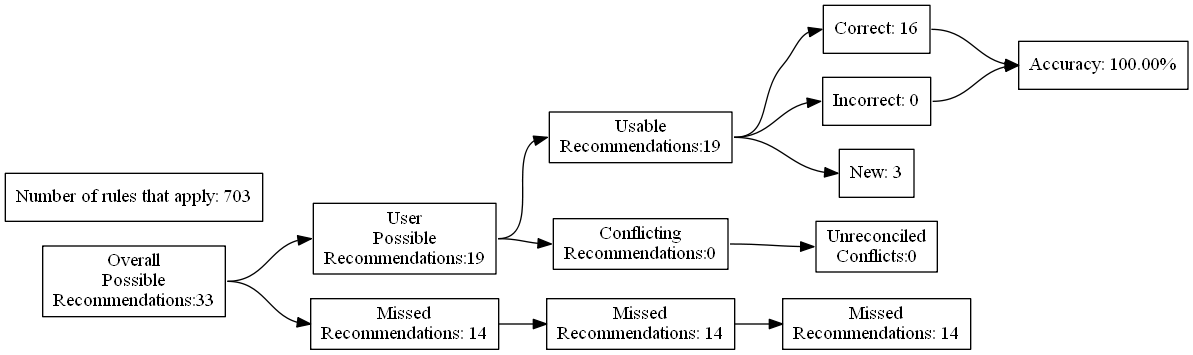
This is test_renders/10.gv.png from ZaxR/ibd_diet_analysis, a Graphviz export, as it was before one commit. Its source is kept beside it as test_renders/10.gv.
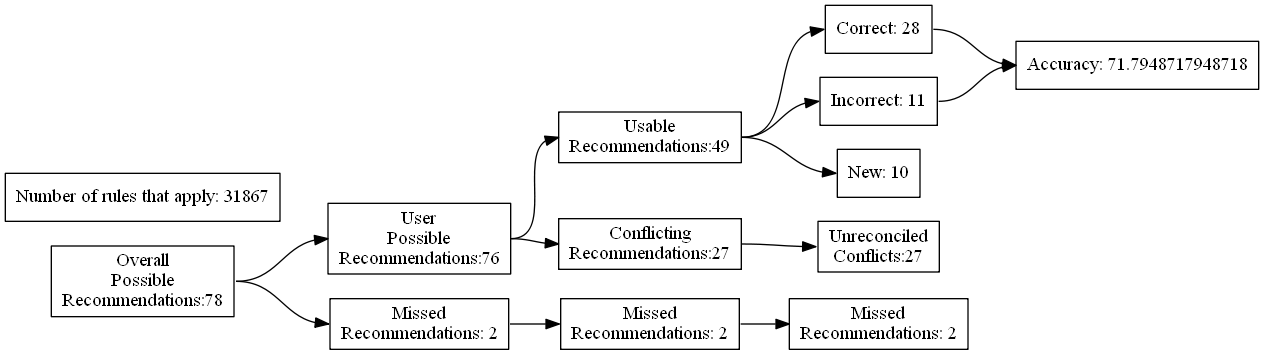
The same file after the commit.

What changed in the source:
```diff
@@ -4,27 +4,27 @@
 	edge [headport=w tailport=e]
 		A [label="Overall
 Possible
-Recommendations:33"]
+Recommendations:78"]
 		B [label="User
 Possible
-Recommendations:19"]
+Recommendations:76"]
 		C [label="Missed
-Recommendations: 14"]
+Recommendations: 2"]
 		D [label="Usable
-Recommendations:19"]
+Recommendations:49"]
 		E [label="Conflicting
-Recommendations:0"]
+Recommendations:27"]
 		J [label="Missed
-Recommendations: 14"]
+Recommendations: 2"]
 		M [label="Unreconciled
-Conflicts:0"]
-		F [label="Correct: 16"]
-		G [label="Incorrect: 0"]
-		H [label="New: 3"]
+Conflicts:27"]
+		F [label="Correct: 28"]
+		G [label="Incorrect: 11"]
+		H [label="New: 10"]
 		K [label="Missed
-Recommendations: 14"]
-		I [label="Accuracy: 100.00%"]
-		l [label="Number of rules that apply: 703"]
+Recommendations: 2"]
+		I [label="Accuracy: 71.7948717948718"]
+		l [label="Number of rules that apply: 31867"]
 			A -> B
 			A -> C
 			B -> D
```
